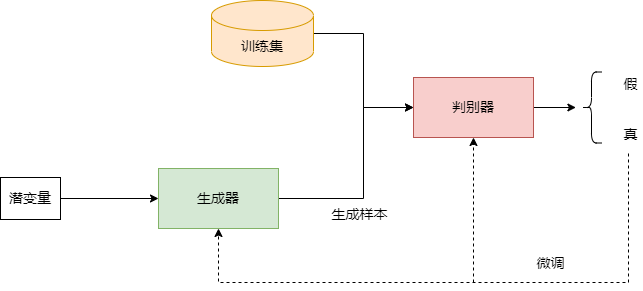
The draw.io diagram gan.drawio.png in lakomi/pictures, before a commit. Source tidied: cells renumbered, new cells last; positions are measured from the earlier drawing's top-left corner, leaving out a move shared by most shapes.
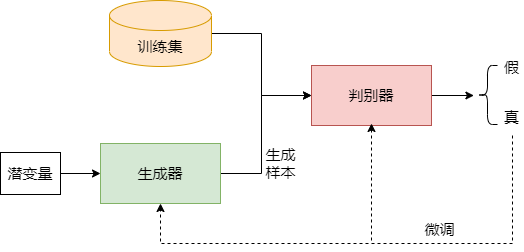
Later version of the same file.

Diff of the diagram source:
```diff
@@ -2,64 +2,66 @@
   <root>
     <mxCell id="0" />
     <mxCell id="1" parent="0" />
-    <mxCell id="2" style="edgeStyle=orthogonalEdgeStyle;rounded=0;jettySize=auto;html=1;exitX=1;exitY=0.5;exitDx=0;exitDy=0;entryX=0;entryY=0.5;entryDx=0;entryDy=0;fontSize=14;" parent="1" edge="1" source="3" target="5">
+    <mxCell id="2" style="edgeStyle=orthogonalEdgeStyle;rounded=0;jettySize=auto;html=1;exitX=1;exitY=0.5;exitDx=0;exitDy=0;entryX=0;entryY=0.5;entryDx=0;entryDy=0;fontSize=15;" parent="1" edge="1" source="3" target="5">
       <mxGeometry relative="1" as="geometry">
         <Array as="points">
-          <mxPoint x="363" y="198" />
+          <mxPoint x="363" y="185" />
           <mxPoint x="363" y="107" />
         </Array>
       </mxGeometry>
     </mxCell>
-    <mxCell id="3" value="生成器" style="rounded=0;whiteSpace=wrap;html=1;fillColor=#d5e8d4;strokeColor=#82b366;fontSize=14;" parent="1" vertex="1">
-      <mxGeometry x="158" y="168" width="120" height="60" as="geometry" />
+    <mxCell id="3" value="生成器" style="rounded=0;whiteSpace=wrap;html=1;fillColor=#d5e8d4;strokeColor=#82b366;fontSize=15;" parent="1" vertex="1">
+      <mxGeometry x="202" y="155" width="120" height="60" as="geometry" />
     </mxCell>
-    <mxCell id="4" style="edgeStyle=orthogonalEdgeStyle;rounded=0;jettySize=auto;html=1;exitX=1;exitY=0.5;exitDx=0;exitDy=0;fontSize=14;" parent="1" edge="1" source="5">
+    <mxCell id="4" style="edgeStyle=orthogonalEdgeStyle;rounded=0;jettySize=auto;html=1;exitX=1;exitY=0.5;exitDx=0;exitDy=0;fontSize=15;" parent="1" edge="1" source="5">
       <mxGeometry relative="1" as="geometry">
         <mxPoint x="575.4" y="107" as="targetPoint" />
       </mxGeometry>
     </mxCell>
-    <mxCell id="5" value="判别器" style="rounded=0;whiteSpace=wrap;html=1;fillColor=#f8cecc;strokeColor=#b85450;fontSize=14;" parent="1" vertex="1">
+    <mxCell id="5" value="判别器" style="rounded=0;whiteSpace=wrap;html=1;fillColor=#f8cecc;strokeColor=#b85450;fontSize=15;" parent="1" vertex="1">
       <mxGeometry x="413" y="77" width="120" height="60" as="geometry" />
     </mxCell>
-    <mxCell id="6" style="edgeStyle=orthogonalEdgeStyle;rounded=0;jettySize=auto;html=1;exitX=1;exitY=0.5;exitDx=0;exitDy=0;exitPerimeter=0;entryX=0;entryY=0.5;entryDx=0;entryDy=0;fontSize=14;" parent="1" edge="1" source="7" target="5">
+    <mxCell id="6" style="edgeStyle=orthogonalEdgeStyle;rounded=0;jettySize=auto;html=1;exitX=1;exitY=0.5;exitDx=0;exitDy=0;exitPerimeter=0;entryX=0;entryY=0.5;entryDx=0;entryDy=0;fontSize=15;" parent="1" edge="1" source="7" target="5">
       <mxGeometry relative="1" as="geometry" />
     </mxCell>
-    <mxCell id="7" value="训练集" style="shape=cylinder3;whiteSpace=wrap;html=1;boundedLbl=1;backgroundOutline=1;size=15;fillColor=#ffe6cc;strokeColor=#d79b00;fontSize=14;" parent="1" vertex="1">
-      <mxGeometry x="211" width="102" height="66" as="geometry" />
+    <mxCell id="7" value="训练集" style="shape=cylinder3;whiteSpace=wrap;html=1;boundedLbl=1;backgroundOutline=1;size=15;fillColor=#ffe6cc;strokeColor=#d79b00;fontSize=15;" parent="1" vertex="1">
+      <mxGeometry x="211" y="12" width="102" height="66" as="geometry" />
     </mxCell>
-    <mxCell id="8" style="edgeStyle=orthogonalEdgeStyle;rounded=0;jettySize=auto;html=1;exitX=1;exitY=0.5;exitDx=0;exitDy=0;entryX=0;entryY=0.5;entryDx=0;entryDy=0;fontSize=14;" parent="1" edge="1" source="9" target="3">
+    <mxCell id="8" style="edgeStyle=orthogonalEdgeStyle;rounded=0;jettySize=auto;html=1;exitX=1;exitY=0.5;exitDx=0;exitDy=0;entryX=0;entryY=0.5;entryDx=0;entryDy=0;fontSize=15;" parent="1" edge="1" source="9" target="3">
       <mxGeometry relative="1" as="geometry" />
     </mxCell>
-    <mxCell id="9" value="潜变量" style="rounded=0;whiteSpace=wrap;html=1;fontSize=14;" parent="1" vertex="1">
-      <mxGeometry y="177" width="60" height="42" as="geometry" />
+    <mxCell id="9" value="潜变量" style="rounded=0;whiteSpace=wrap;html=1;fontSize=15;" parent="1" vertex="1">
+      <mxGeometry x="102" y="164" width="60" height="42" as="geometry" />
     </mxCell>
-    <mxCell id="10" value="生成样本" style="text;html=1;align=center;verticalAlign=middle;strokeColor=none;fillColor=none;fontSize=14;" parent="1" vertex="1">
-      <mxGeometry x="326" y="203" width="66" height="21" as="geometry" />
+    <mxCell id="10" value="生成&lt;br&gt;样本" style="text;html=1;align=center;verticalAlign=middle;strokeColor=none;fillColor=none;fontSize=15;" parent="1" vertex="1">
+      <mxGeometry x="362" y="155" width="40" height="40" as="geometry" />
     </mxCell>
-    <mxCell id="11" style="shape=curlyBracket;whiteSpace=wrap;html=1;rounded=1;fontSize=14;" parent="1" vertex="1">
-      <mxGeometry x="581" y="71.5" width="20" height="71" as="geometry" />
+    <mxCell id="11" style="shape=curlyBracket;whiteSpace=wrap;html=1;rounded=1;fontSize=15;" parent="1" vertex="1">
+      <mxGeometry x="579" y="77" width="20" height="59" as="geometry" />
     </mxCell>
-    <mxCell id="12" value="假" style="text;html=1;align=center;verticalAlign=middle;strokeColor=none;fillColor=none;fontSize=14;" parent="1" vertex="1">
-      <mxGeometry x="618" y="73" width="24" height="21" as="geometry" />
+    <mxCell id="12" value="假" style="text;html=1;align=center;verticalAlign=middle;strokeColor=none;fillColor=none;fontSize=15;" parent="1" vertex="1">
+      <mxGeometry x="600" y="67.5" width="25" height="22" as="geometry" />
     </mxCell>
-    <mxCell id="13" value="真" style="text;html=1;align=center;verticalAlign=middle;strokeColor=none;fillColor=none;fontSize=14;" parent="1" vertex="1">
-      <mxGeometry x="618" y="123" width="24" height="21" as="geometry" />
+    <mxCell id="13" value="真" style="text;html=1;align=center;verticalAlign=middle;strokeColor=none;fillColor=none;fontSize=15;" parent="1" vertex="1">
+      <mxGeometry x="600" y="118" width="25" height="22" as="geometry" />
     </mxCell>
-    <mxCell id="14" style="edgeStyle=elbowEdgeStyle;elbow=vertical;endArrow=classic;html=1;rounded=0;fontSize=14;entryX=0.5;entryY=1;entryDx=0;entryDy=0;dashed=1;" parent="1" edge="1" target="3">
+    <mxCell id="14" style="edgeStyle=elbowEdgeStyle;elbow=vertical;endArrow=classic;html=1;rounded=0;fontSize=15;entryX=0.5;entryY=1;entryDx=0;entryDy=0;dashed=1;" parent="1" edge="1" target="3">
       <mxGeometry relative="1" as="geometry">
-        <mxPoint x="628" y="153" as="sourcePoint" />
+        <mxPoint x="614" y="147" as="sourcePoint" />
         <Array as="points">
-          <mxPoint x="419" y="282" />
+          <mxPoint x="502" y="255" />
+          <mxPoint x="419" y="269" />
         </Array>
       </mxGeometry>
     </mxCell>
-    <mxCell id="15" style="endArrow=classic;html=1;rounded=0;dashed=1;fontSize=14;entryX=0.5;entryY=1;entryDx=0;entryDy=0;" parent="1" edge="1" target="5">
+    <mxCell id="15" style="endArrow=classic;html=1;rounded=0;dashed=1;fontSize=15;entryX=0.5;entryY=1;entryDx=0;entryDy=0;" parent="1" edge="1">
       <mxGeometry relative="1" as="geometry">
-        <mxPoint x="473" y="282" as="sourcePoint" />
+        <mxPoint x="473" y="252" as="sourcePoint" />
+        <mxPoint x="473" y="135" as="targetPoint" />
       </mxGeometry>
     </mxCell>
-    <mxCell id="16" value="微调" style="text;html=1;align=center;verticalAlign=middle;strokeColor=none;fillColor=none;fontSize=14;" parent="1" vertex="1">
-      <mxGeometry x="531" y="252" width="38" height="21" as="geometry" />
+    <mxCell id="16" value="微调" style="text;html=1;align=center;verticalAlign=middle;strokeColor=none;fillColor=none;fontSize=15;" parent="1" vertex="1">
+      <mxGeometry x="521" y="230" width="40" height="22" as="geometry" />
     </mxCell>
   </root>
 </mxGraphModel>
```
